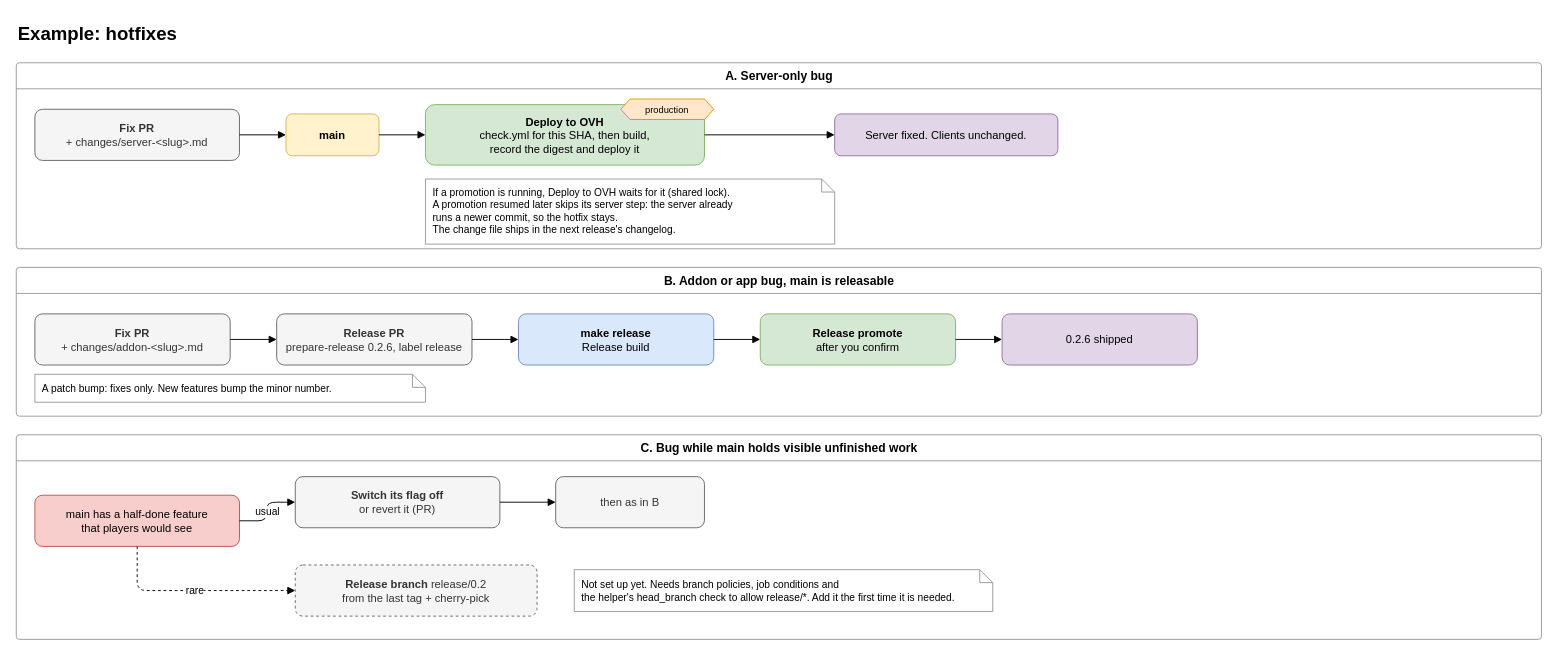
jkc-be/goldbook keeps this draw.io diagram as page "4. Example: hotfixes" (4 of 4) of docs/release-flow.drawio. Above is the earlier version. Source tidied: cells renumbered, new cells numbered last; positions are measured from the earlier drawing's top-left corner, leaving out a move shared by most shapes. Both pictures are drawn from the tidied source at 93%, with x=0, y=0 at pixel (16, 16).
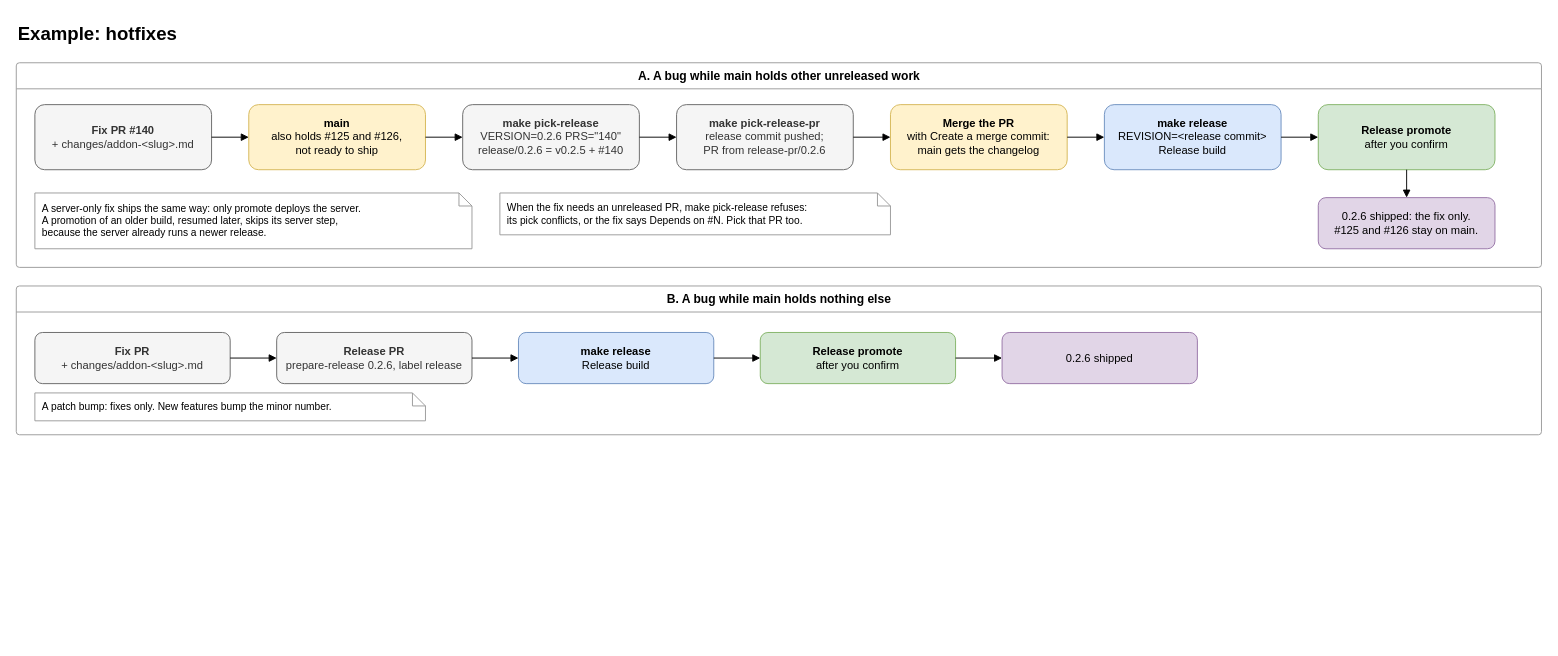
After the change.

Change to the diagram source:
```diff
@@
-    <mxCell id="3" value="A. Server-only bug" style="swimlane;horizontal=1;startSize=28;html=1;rounded=1;arcSize=4;fillColor=none;strokeColor=#999999;fontStyle=1;fontSize=13;" parent="1" vertex="1">
-      <mxGeometry y="50" width="1640" height="200" as="geometry" />
+    <mxCell id="3" value="A. A bug while main holds other unreleased work" style="swimlane;horizontal=1;startSize=28;html=1;rounded=1;arcSize=4;fillColor=none;strokeColor=#999999;fontStyle=1;fontSize=13;" parent="1" vertex="1">
+      <mxGeometry y="50" width="1640" height="220" as="geometry" />
     </mxCell>
-    <mxCell id="4" value="&lt;b&gt;Fix PR&lt;/b&gt;&lt;br&gt;+ changes/server-&amp;lt;slug&amp;gt;.md" style="rounded=1;whiteSpace=wrap;html=1;fillColor=#f5f5f5;strokeColor=#666666;fontColor=#333333;" parent="1" vertex="1">
-      <mxGeometry x="20" y="100" width="220" height="55" as="geometry" />
+    <mxCell id="4" value="&lt;b&gt;Fix PR #140&lt;/b&gt;&lt;br&gt;+ changes/addon-&amp;lt;slug&amp;gt;.md" style="rounded=1;whiteSpace=wrap;html=1;fillColor=#f5f5f5;strokeColor=#666666;fontColor=#333333;" parent="1" vertex="1">
+      <mxGeometry x="20" y="95" width="190" height="70" as="geometry" />
     </mxCell>
-    <mxCell id="5" value="&lt;b&gt;main&lt;/b&gt;" style="rounded=1;whiteSpace=wrap;html=1;fillColor=#fff2cc;strokeColor=#d6b656;fontStyle=1;" parent="1" vertex="1">
-      <mxGeometry x="290" y="105" width="100" height="45" as="geometry" />
+    <mxCell id="5" value="&lt;b&gt;main&lt;/b&gt;&lt;br&gt;also holds #125 and #126,&lt;br&gt;not ready to ship" style="rounded=1;whiteSpace=wrap;html=1;fillColor=#fff2cc;strokeColor=#d6b656;" parent="1" vertex="1">
+      <mxGeometry x="250" y="95" width="190" height="70" as="geometry" />
     </mxCell>
-    <mxCell id="6" value="&lt;b&gt;Deploy to OVH&lt;/b&gt;&lt;br&gt;check.yml for this SHA, then build,&lt;br&gt;record the digest and deploy it" style="rounded=1;whiteSpace=wrap;html=1;fillColor=#d5e8d4;strokeColor=#82b366;" parent="1" vertex="1">
-      <mxGeometry x="440" y="95" width="300" height="65" as="geometry" />
+    <mxCell id="6" value="&lt;b&gt;make pick-release&lt;/b&gt;&lt;br&gt;VERSION=0.2.6 PRS=&quot;140&quot;&lt;br&gt;release/0.2.6 = v0.2.5 + #140" style="rounded=1;whiteSpace=wrap;html=1;fillColor=#f5f5f5;strokeColor=#666666;fontColor=#333333;" parent="1" vertex="1">
+      <mxGeometry x="480" y="95" width="190" height="70" as="geometry" />
     </mxCell>
-    <mxCell id="7" value="production" style="shape=hexagon;perimeter=hexagonPerimeter2;whiteSpace=wrap;html=1;fixedSize=1;size=10;fillColor=#ffe6cc;strokeColor=#d79b00;fontSize=10;" parent="1" vertex="1">
-      <mxGeometry x="650" y="89" width="100" height="22" as="geometry" />
+    <mxCell id="7" value="&lt;b&gt;make pick-release-pr&lt;/b&gt;&lt;br&gt;release commit pushed;&lt;br&gt;PR from release-pr/0.2.6" style="rounded=1;whiteSpace=wrap;html=1;fillColor=#f5f5f5;strokeColor=#666666;fontColor=#333333;" parent="1" vertex="1">
+      <mxGeometry x="710" y="95" width="190" height="70" as="geometry" />
     </mxCell>
-    <mxCell id="8" value="Server fixed. Clients unchanged." style="rounded=1;whiteSpace=wrap;html=1;fillColor=#e1d5e7;strokeColor=#9673a6;" parent="1" vertex="1">
-      <mxGeometry x="880" y="105" width="240" height="45" as="geometry" />
+    <mxCell id="8" value="&lt;b&gt;Merge the PR&lt;/b&gt;&lt;br&gt;with Create a merge commit:&lt;br&gt;main gets the changelog" style="rounded=1;whiteSpace=wrap;html=1;fillColor=#fff2cc;strokeColor=#d6b656;" parent="1" vertex="1">
+      <mxGeometry x="940" y="95" width="190" height="70" as="geometry" />
     </mxCell>
+    <mxCell id="33" value="&lt;b&gt;make release&lt;/b&gt;&lt;br&gt;REVISION=&amp;lt;release commit&amp;gt;&lt;br&gt;Release build" style="rounded=1;whiteSpace=wrap;html=1;fillColor=#dae8fc;strokeColor=#6c8ebf;" parent="1" vertex="1">
+      <mxGeometry x="1170" y="95" width="190" height="70" as="geometry" />
+    </mxCell>
+    <mxCell id="34" value="&lt;b&gt;Release promote&lt;/b&gt;&lt;br&gt;after you confirm" style="rounded=1;whiteSpace=wrap;html=1;fillColor=#d5e8d4;strokeColor=#82b366;" parent="1" vertex="1">
+      <mxGeometry x="1400" y="95" width="190" height="70" as="geometry" />
+    </mxCell>
+    <mxCell id="35" value="0.2.6 shipped: the fix only.&lt;br&gt;#125 and #126 stay on main." style="rounded=1;whiteSpace=wrap;html=1;fillColor=#e1d5e7;strokeColor=#9673a6;" parent="1" vertex="1">
+      <mxGeometry x="1400" y="195" width="190" height="55" as="geometry" />
+    </mxCell>
@@
-    <mxCell id="11" style="edgeStyle=orthogonalEdgeStyle;rounded=1;html=1;endArrow=block;endFill=1;" parent="1" edge="1" source="6" target="8">
-      <mxGeometry relative="1" as="geometry" />
-    </mxCell>
-    <mxCell id="12" value="If a promotion is running, Deploy to OVH waits for it (shared lock).&lt;br&gt;A promotion resumed later skips its server step: the server already&lt;br&gt;runs a newer commit, so the hotfix stays.&lt;br&gt;The change file ships in the next release's changelog." style="shape=note;whiteSpace=wrap;html=1;size=14;fillColor=#ffffff;strokeColor=#999999;align=left;spacingLeft=6;fontSize=11;" parent="1" vertex="1">
-      <mxGeometry x="440" y="175" width="440" height="70" as="geometry" />
-    </mxCell>
-    <mxCell id="13" value="B. Addon or app bug, main is releasable" style="swimlane;horizontal=1;startSize=28;html=1;rounded=1;arcSize=4;fillColor=none;strokeColor=#999999;fontStyle=1;fontSize=13;" parent="1" vertex="1">
-      <mxGeometry y="270" width="1640" height="160" as="geometry" />
-    </mxCell>
-    <mxCell id="14" value="&lt;b&gt;Fix PR&lt;/b&gt;&lt;br&gt;+ changes/addon-&amp;lt;slug&amp;gt;.md" style="rounded=1;whiteSpace=wrap;html=1;fillColor=#f5f5f5;strokeColor=#666666;fontColor=#333333;" parent="1" vertex="1">
-      <mxGeometry x="20" y="320" width="210" height="55" as="geometry" />
-    </mxCell>
-    <mxCell id="15" value="&lt;b&gt;Release PR&lt;/b&gt;&lt;br&gt;prepare-release 0.2.6, label release" style="rounded=1;whiteSpace=wrap;html=1;fillColor=#f5f5f5;strokeColor=#666666;fontColor=#333333;" parent="1" vertex="1">
-      <mxGeometry x="280" y="320" width="210" height="55" as="geometry" />
-    </mxCell>
+    <mxCell id="36" style="edgeStyle=orthogonalEdgeStyle;rounded=1;html=1;endArrow=block;endFill=1;" parent="1" edge="1" source="6" target="7">
+      <mxGeometry relative="1" as="geometry" />
+    </mxCell>
+    <mxCell id="37" style="edgeStyle=orthogonalEdgeStyle;rounded=1;html=1;endArrow=block;endFill=1;" parent="1" edge="1" source="7" target="8">
+      <mxGeometry relative="1" as="geometry" />
+    </mxCell>
-    <mxCell id="16" style="edgeStyle=orthogonalEdgeStyle;rounded=1;html=1;endArrow=block;endFill=1;" parent="1" edge="1" source="14" target="15">
+    <mxCell id="16" style="edgeStyle=orthogonalEdgeStyle;rounded=1;html=1;endArrow=block;endFill=1;" parent="1" edge="1" source="8" target="33">
       <mxGeometry relative="1" as="geometry" />
     </mxCell>
-    <mxCell id="17" value="&lt;b&gt;make release&lt;/b&gt;&lt;br&gt;Release build" style="rounded=1;whiteSpace=wrap;html=1;fillColor=#dae8fc;strokeColor=#6c8ebf;" parent="1" vertex="1">
-      <mxGeometry x="540" y="320" width="210" height="55" as="geometry" />
-    </mxCell>
+    <mxCell id="38" style="edgeStyle=orthogonalEdgeStyle;rounded=1;html=1;endArrow=block;endFill=1;" parent="1" edge="1" source="33" target="34">
+      <mxGeometry relative="1" as="geometry" />
+    </mxCell>
-    <mxCell id="18" style="edgeStyle=orthogonalEdgeStyle;rounded=1;html=1;endArrow=block;endFill=1;" parent="1" edge="1" source="15" target="17">
+    <mxCell id="18" style="edgeStyle=orthogonalEdgeStyle;rounded=1;html=1;endArrow=block;endFill=1;" parent="1" edge="1" source="34" target="35">
       <mxGeometry relative="1" as="geometry" />
     </mxCell>
-    <mxCell id="19" value="&lt;b&gt;Release promote&lt;/b&gt;&lt;br&gt;after you confirm" style="rounded=1;whiteSpace=wrap;html=1;fillColor=#d5e8d4;strokeColor=#82b366;" parent="1" vertex="1">
-      <mxGeometry x="800" y="320" width="210" height="55" as="geometry" />
+    <mxCell id="19" value="A server-only fix ships the same way: only promote deploys the server.&lt;br&gt;A promotion of an older build, resumed later, skips its server step,&lt;br&gt;because the server already runs a newer release." style="shape=note;whiteSpace=wrap;html=1;size=14;fillColor=#ffffff;strokeColor=#999999;align=left;spacingLeft=6;fontSize=11;" parent="1" vertex="1">
+      <mxGeometry x="20" y="190" width="470" height="60" as="geometry" />
     </mxCell>
-    <mxCell id="20" style="edgeStyle=orthogonalEdgeStyle;rounded=1;html=1;endArrow=block;endFill=1;" parent="1" edge="1" source="17" target="19">
-      <mxGeometry relative="1" as="geometry" />
-    </mxCell>
+    <mxCell id="39" value="When the fix needs an unreleased PR, make pick-release refuses:&lt;br&gt;its pick conflicts, or the fix says Depends on #N. Pick that PR too." style="shape=note;whiteSpace=wrap;html=1;size=14;fillColor=#ffffff;strokeColor=#999999;align=left;spacingLeft=6;fontSize=11;" parent="1" vertex="1">
+      <mxGeometry x="520" y="190" width="420" height="45" as="geometry" />
+    </mxCell>
-    <mxCell id="21" value="0.2.6 shipped" style="rounded=1;whiteSpace=wrap;html=1;fillColor=#e1d5e7;strokeColor=#9673a6;" parent="1" vertex="1">
-      <mxGeometry x="1060" y="320" width="210" height="55" as="geometry" />
+    <mxCell id="21" value="B. A bug while main holds nothing else" style="swimlane;horizontal=1;startSize=28;html=1;rounded=1;arcSize=4;fillColor=none;strokeColor=#999999;fontStyle=1;fontSize=13;" parent="1" vertex="1">
+      <mxGeometry y="290" width="1640" height="160" as="geometry" />
     </mxCell>
-    <mxCell id="22" style="edgeStyle=orthogonalEdgeStyle;rounded=1;html=1;endArrow=block;endFill=1;" parent="1" edge="1" source="19" target="21">
-      <mxGeometry relative="1" as="geometry" />
-    </mxCell>
+    <mxCell id="14" value="&lt;b&gt;Fix PR&lt;/b&gt;&lt;br&gt;+ changes/addon-&amp;lt;slug&amp;gt;.md" style="rounded=1;whiteSpace=wrap;html=1;fillColor=#f5f5f5;strokeColor=#666666;fontColor=#333333;" parent="1" vertex="1">
+      <mxGeometry x="20" y="340" width="210" height="55" as="geometry" />
+    </mxCell>
-    <mxCell id="23" value="A patch bump: fixes only. New features bump the minor number." style="shape=note;whiteSpace=wrap;html=1;size=14;fillColor=#ffffff;strokeColor=#999999;align=left;spacingLeft=6;fontSize=11;" parent="1" vertex="1">
-      <mxGeometry x="20" y="385" width="420" height="30" as="geometry" />
+    <mxCell id="23" value="&lt;b&gt;Release PR&lt;/b&gt;&lt;br&gt;prepare-release 0.2.6, label release" style="rounded=1;whiteSpace=wrap;html=1;fillColor=#f5f5f5;strokeColor=#666666;fontColor=#333333;" parent="1" vertex="1">
+      <mxGeometry x="280" y="340" width="210" height="55" as="geometry" />
     </mxCell>
-    <mxCell id="24" value="C. Bug while main holds visible unfinished work" style="swimlane;horizontal=1;startSize=28;html=1;rounded=1;arcSize=4;fillColor=none;strokeColor=#999999;fontStyle=1;fontSize=13;" parent="1" vertex="1">
-      <mxGeometry y="450" width="1640" height="220" as="geometry" />
+    <mxCell id="24" value="&lt;b&gt;make release&lt;/b&gt;&lt;br&gt;Release build" style="rounded=1;whiteSpace=wrap;html=1;fillColor=#dae8fc;strokeColor=#6c8ebf;" parent="1" vertex="1">
+      <mxGeometry x="540" y="340" width="210" height="55" as="geometry" />
     </mxCell>
-    <mxCell id="25" value="main has a half-done feature&lt;br&gt;that players would see" style="rounded=1;whiteSpace=wrap;html=1;fillColor=#f8cecc;strokeColor=#b85450;" parent="1" vertex="1">
-      <mxGeometry x="20" y="515" width="220" height="55" as="geometry" />
+    <mxCell id="25" value="&lt;b&gt;Release promote&lt;/b&gt;&lt;br&gt;after you confirm" style="rounded=1;whiteSpace=wrap;html=1;fillColor=#d5e8d4;strokeColor=#82b366;" parent="1" vertex="1">
+      <mxGeometry x="800" y="340" width="210" height="55" as="geometry" />
     </mxCell>
-    <mxCell id="26" value="&lt;b&gt;Switch its flag off&lt;/b&gt;&lt;br&gt;or revert it (PR)" style="rounded=1;whiteSpace=wrap;html=1;fillColor=#f5f5f5;strokeColor=#666666;fontColor=#333333;" parent="1" vertex="1">
-      <mxGeometry x="300" y="495" width="220" height="55" as="geometry" />
+    <mxCell id="26" value="0.2.6 shipped" style="rounded=1;whiteSpace=wrap;html=1;fillColor=#e1d5e7;strokeColor=#9673a6;" parent="1" vertex="1">
+      <mxGeometry x="1060" y="340" width="210" height="55" as="geometry" />
     </mxCell>
-    <mxCell id="27" value="then as in B" style="rounded=1;whiteSpace=wrap;html=1;fillColor=#f5f5f5;strokeColor=#666666;fontColor=#333333;" parent="1" vertex="1">
-      <mxGeometry x="580" y="495" width="160" height="55" as="geometry" />
-    </mxCell>
-    <mxCell id="28" value="&lt;b&gt;Release branch&lt;/b&gt; release/0.2&lt;br&gt;from the last tag + cherry-pick" style="rounded=1;whiteSpace=wrap;html=1;fillColor=#f5f5f5;strokeColor=#666666;fontColor=#333333;dashed=1;" parent="1" vertex="1">
-      <mxGeometry x="300" y="590" width="260" height="55" as="geometry" />
-    </mxCell>
-    <mxCell id="29" value="Not set up yet. Needs branch policies, job conditions and&lt;br&gt;the helper's head_branch check to allow release/*. Add it the first time it is needed." style="shape=note;whiteSpace=wrap;html=1;size=14;fillColor=#ffffff;strokeColor=#999999;align=left;spacingLeft=6;fontSize=11;" parent="1" vertex="1">
-      <mxGeometry x="600" y="595" width="450" height="45" as="geometry" />
-    </mxCell>
+    <mxCell id="40" style="edgeStyle=orthogonalEdgeStyle;rounded=1;html=1;endArrow=block;endFill=1;" parent="1" edge="1" source="14" target="23">
+      <mxGeometry relative="1" as="geometry" />
+    </mxCell>
+    <mxCell id="41" style="edgeStyle=orthogonalEdgeStyle;rounded=1;html=1;endArrow=block;endFill=1;" parent="1" edge="1" source="23" target="24">
+      <mxGeometry relative="1" as="geometry" />
+    </mxCell>
+    <mxCell id="42" style="edgeStyle=orthogonalEdgeStyle;rounded=1;html=1;endArrow=block;endFill=1;" parent="1" edge="1" source="24" target="25">
+      <mxGeometry relative="1" as="geometry" />
+    </mxCell>
-    <mxCell id="30" value="usual" style="edgeStyle=orthogonalEdgeStyle;rounded=1;html=1;endArrow=block;endFill=1;exitX=1;exitY=0.5;entryX=0;entryY=0.5;" parent="1" edge="1" source="25" target="26">
+    <mxCell id="30" style="edgeStyle=orthogonalEdgeStyle;rounded=1;html=1;endArrow=block;endFill=1;" parent="1" edge="1" source="25" target="26">
       <mxGeometry relative="1" as="geometry" />
     </mxCell>
-    <mxCell id="31" style="edgeStyle=orthogonalEdgeStyle;rounded=1;html=1;endArrow=block;endFill=1;" parent="1" edge="1" source="26" target="27">
-      <mxGeometry relative="1" as="geometry" />
-    </mxCell>
-    <mxCell id="32" value="rare" style="edgeStyle=orthogonalEdgeStyle;rounded=1;html=1;endArrow=block;endFill=1;dashed=1;exitX=0.5;exitY=1;entryX=0;entryY=0.5;" parent="1" edge="1" source="25" target="28">
-      <mxGeometry relative="1" as="geometry" />
-    </mxCell>
+    <mxCell id="43" value="A patch bump: fixes only. New features bump the minor number." style="shape=note;whiteSpace=wrap;html=1;size=14;fillColor=#ffffff;strokeColor=#999999;align=left;spacingLeft=6;fontSize=11;" parent="1" vertex="1">
+      <mxGeometry x="20" y="405" width="420" height="30" as="geometry" />
+    </mxCell>
```
